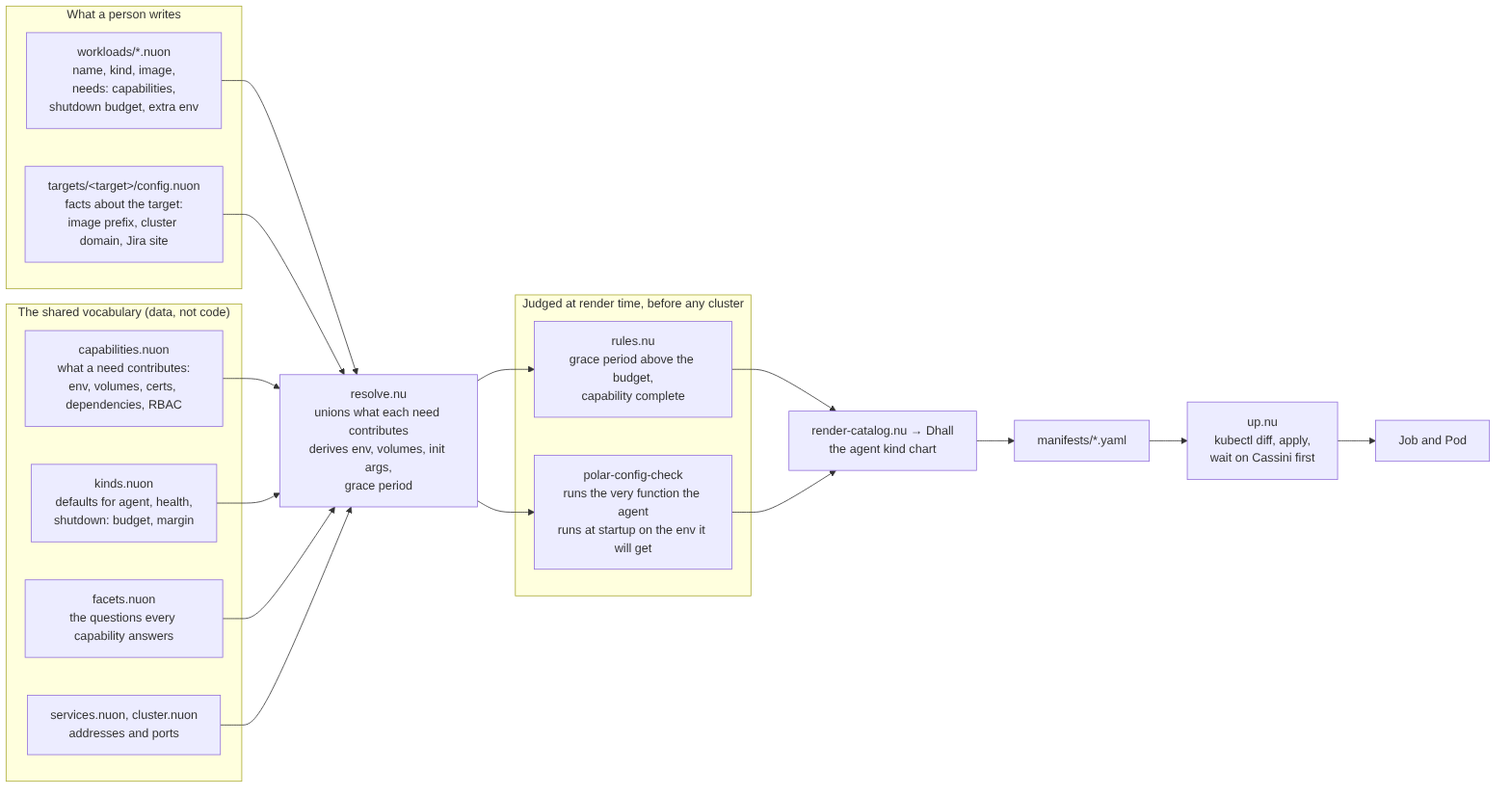
cmu-sei/Polar keeps this Mermaid diagram as docs/architecture/sequences/general/configuration_authoring.png. Above is the earlier version. Its source is kept beside it as docs/architecture/sequences/general/configuration_authoring.mmd. Its diagram source:
```mermaid
flowchart LR
    subgraph Author["What a person writes"]
        W["workloads/*.nuon<br/>name, kind, image,<br/>needs: capabilities,<br/>shutdown budget, extra env"]
        T["targets/&lt;target&gt;/config.nuon<br/>facts about the target:<br/>image prefix, cluster domain, Jira site"]
    end
    subgraph Vocab["The shared vocabulary (data, not code)"]
        C["capabilities.nuon<br/>what a need contributes:<br/>env, volumes, certs, dependencies, RBAC"]
        K["kinds.nuon<br/>defaults for agent, health,<br/>shutdown: budget, margin"]
        F["facets.nuon<br/>the questions every capability answers"]
        S["services.nuon, cluster.nuon<br/>addresses and ports"]
    end
    R["resolve.nu<br/>unions what each need contributes<br/>derives env, volumes, init args,<br/>grace period"]
    subgraph Judge["Judged at render time, before any cluster"]
        RU["rules.nu<br/>grace period above the budget,<br/>capability complete"]
        CC["polar-config-check<br/>runs the very function the agent<br/>runs at startup on the env it will get"]
    end
    D["render-catalog.nu → Dhall<br/>the agent kind chart"]
    M["manifests/*.yaml"]
    U["up.nu<br/>kubectl diff, apply,<br/>wait on Cassini first"]
    P["Job and Pod"]

    W --> R
    T --> R
    C --> R
    K --> R
    F --> R
    S --> R
    R --> RU
    R --> CC
    RU --> D
    CC --> D
    D --> M --> U --> P
```
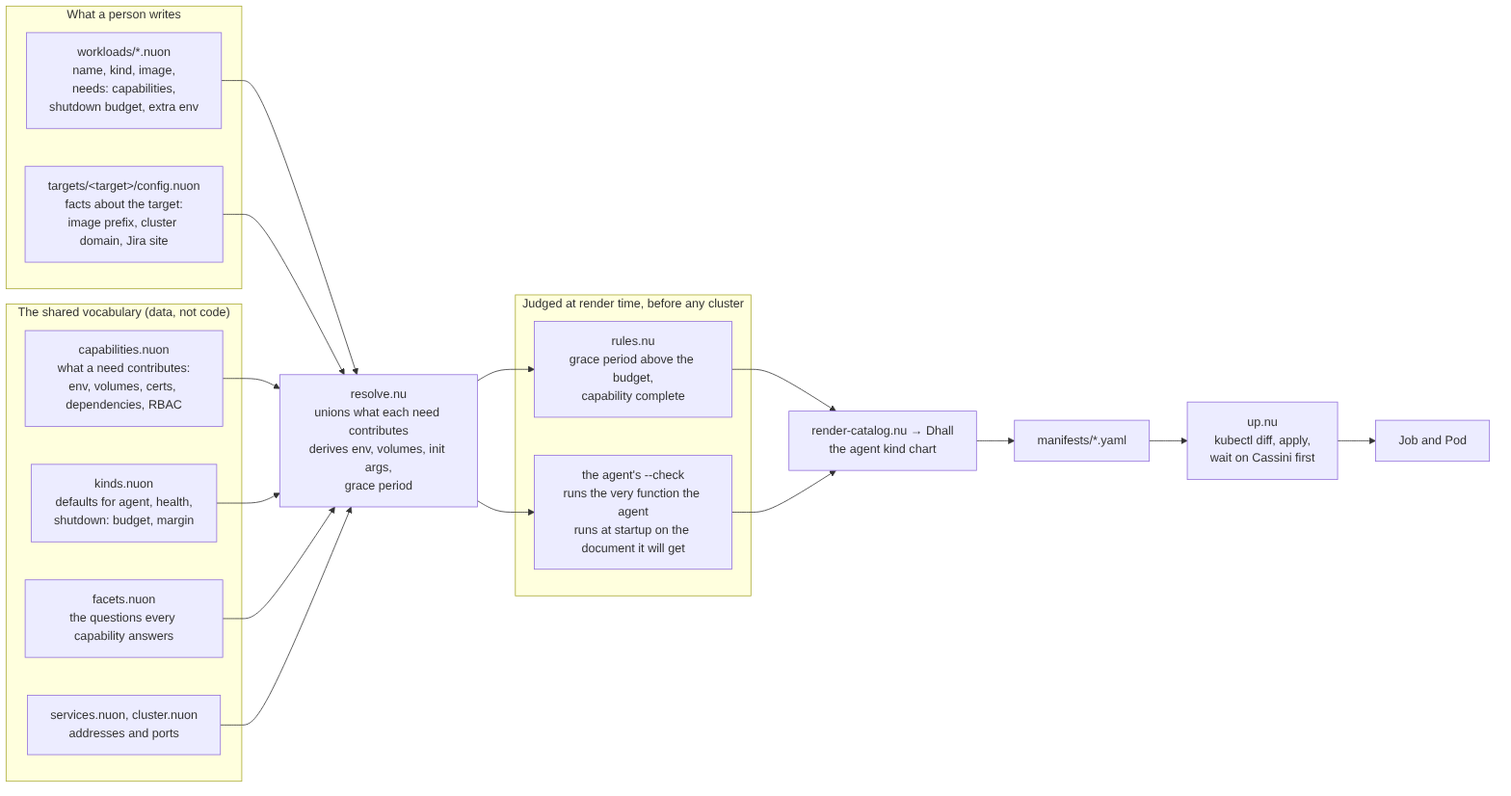
Above is the later version.

What changed in the source:
```diff
@@ -12,7 +12,7 @@
     R["resolve.nu<br/>unions what each need contributes<br/>derives env, volumes, init args,<br/>grace period"]
     subgraph Judge["Judged at render time, before any cluster"]
         RU["rules.nu<br/>grace period above the budget,<br/>capability complete"]
-        CC["polar-config-check<br/>runs the very function the agent<br/>runs at startup on the env it will get"]
+        CC["the agent's --check<br/>runs the very function the agent<br/>runs at startup on the document it will get"]
     end
     D["render-catalog.nu → Dhall<br/>the agent kind chart"]
     M["manifests/*.yaml"]
```
